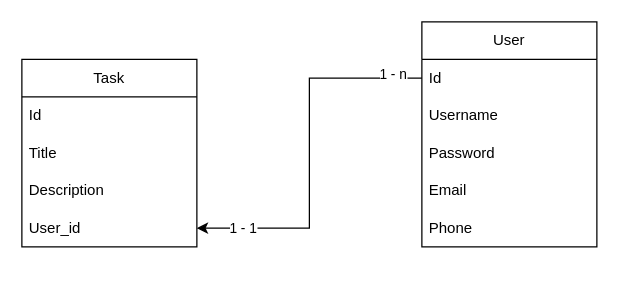
Above: diagram.drawio in kyBa-Le/TodoList (draw.io), before the change. Source tidied: cells renumbered, new cells numbered last; positions are measured from the earlier drawing's top-left corner, leaving out a move shared by most shapes. Both pictures are drawn from the tidied source at 125%, with x=0, y=0 at pixel (21, 21).
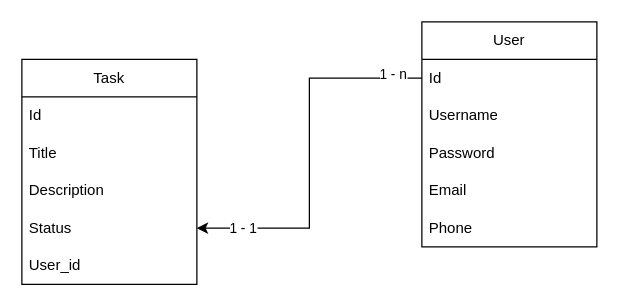
The same diagram, later.

Change to the diagram source:
```diff
@@
 <mxGraphModel>
   <root>
     <mxCell id="0" />
     <mxCell id="1" parent="0" />
     <mxCell id="2" value="User" style="swimlane;fontStyle=0;horizontal=1;startSize=30;whiteSpace=wrap;html=1;" parent="1" vertex="1">
       <mxGeometry x="320" width="140" height="180" as="geometry" />
     </mxCell>
     <mxCell id="3" value="Id" style="text;strokeColor=none;fillColor=none;align=left;verticalAlign=middle;spacingLeft=4;spacingRight=4;overflow=hidden;points=[[0,0.5],[1,0.5]];portConstraint=eastwest;whiteSpace=wrap;html=1;" parent="2" vertex="1">
       <mxGeometry y="30" width="140" height="30" as="geometry" />
     </mxCell>
     <mxCell id="4" value="Username" style="text;strokeColor=none;fillColor=none;align=left;verticalAlign=middle;spacingLeft=4;spacingRight=4;overflow=hidden;whiteSpace=wrap;html=1;" parent="2" vertex="1">
       <mxGeometry y="60" width="140" height="30" as="geometry" />
     </mxCell>
     <mxCell id="5" value="Password" style="text;strokeColor=none;fillColor=none;align=left;verticalAlign=middle;spacingLeft=4;spacingRight=4;overflow=hidden;whiteSpace=wrap;html=1;" parent="2" vertex="1">
       <mxGeometry y="90" width="140" height="30" as="geometry" />
     </mxCell>
     <mxCell id="6" value="Email" style="text;strokeColor=none;fillColor=none;align=left;verticalAlign=middle;spacingLeft=4;spacingRight=4;overflow=hidden;whiteSpace=wrap;html=1;" parent="2" vertex="1">
       <mxGeometry y="120" width="140" height="30" as="geometry" />
     </mxCell>
     <mxCell id="7" value="Phone" style="text;strokeColor=none;fillColor=none;align=left;verticalAlign=middle;spacingLeft=4;spacingRight=4;overflow=hidden;whiteSpace=wrap;html=1;" parent="2" vertex="1">
       <mxGeometry y="150" width="140" height="30" as="geometry" />
     </mxCell>
     <mxCell id="8" value="Task" style="swimlane;fontStyle=0;horizontal=1;startSize=30;whiteSpace=wrap;html=1;" parent="1" vertex="1">
-      <mxGeometry y="30" width="140" height="150" as="geometry" />
+      <mxGeometry y="30" width="140" height="180" as="geometry" />
     </mxCell>
     <mxCell id="9" value="Id" style="text;strokeColor=none;fillColor=none;align=left;verticalAlign=middle;spacingLeft=4;spacingRight=4;overflow=hidden;whiteSpace=wrap;html=1;" parent="8" vertex="1">
       <mxGeometry y="30" width="140" height="30" as="geometry" />
     </mxCell>
     <mxCell id="10" value="Title" style="text;strokeColor=none;fillColor=none;align=left;verticalAlign=middle;spacingLeft=4;spacingRight=4;overflow=hidden;whiteSpace=wrap;html=1;" parent="8" vertex="1">
       <mxGeometry y="60" width="140" height="30" as="geometry" />
     </mxCell>
     <mxCell id="11" value="Description" style="text;strokeColor=none;fillColor=none;align=left;verticalAlign=middle;spacingLeft=4;spacingRight=4;overflow=hidden;whiteSpace=wrap;html=1;" parent="8" vertex="1">
       <mxGeometry y="90" width="140" height="30" as="geometry" />
     </mxCell>
-    <mxCell id="12" value="User_id" style="text;strokeColor=none;fillColor=none;align=left;verticalAlign=middle;spacingLeft=4;spacingRight=4;overflow=hidden;points=[[0,0.5],[1,0.5]];portConstraint=eastwest;whiteSpace=wrap;html=1;" parent="8" vertex="1">
+    <mxCell id="12" value="Status" style="text;strokeColor=none;fillColor=none;align=left;verticalAlign=middle;spacingLeft=4;spacingRight=4;overflow=hidden;points=[[0,0.5],[1,0.5]];portConstraint=eastwest;whiteSpace=wrap;html=1;" parent="8" vertex="1">
       <mxGeometry y="120" width="140" height="30" as="geometry" />
     </mxCell>
+    <mxCell id="16" value="User_id" style="text;strokeColor=none;fillColor=none;align=left;verticalAlign=middle;spacingLeft=4;spacingRight=4;overflow=hidden;whiteSpace=wrap;html=1;" parent="8" vertex="1">
+      <mxGeometry y="150" width="140" height="30" as="geometry" />
+    </mxCell>
     <mxCell id="13" style="edgeStyle=orthogonalEdgeStyle;rounded=0;jettySize=auto;html=1;exitX=0;exitY=0.5;exitDx=0;exitDy=0;" parent="1" edge="1" source="3" target="12">
       <mxGeometry relative="1" as="geometry" />
     </mxCell>
     <mxCell id="14" value="1 - n" style="edgeLabel;html=1;align=center;verticalAlign=middle;" parent="13" vertex="1">
       <mxGeometry x="-0.84" y="-4" relative="1" as="geometry" />
     </mxCell>
     <mxCell id="15" value="1 - 1" style="edgeLabel;html=1;align=center;verticalAlign=middle;" parent="13" vertex="1">
       <mxGeometry x="0.76" y="-1" relative="1" as="geometry" />
     </mxCell>
   </root>
 </mxGraphModel>
```
